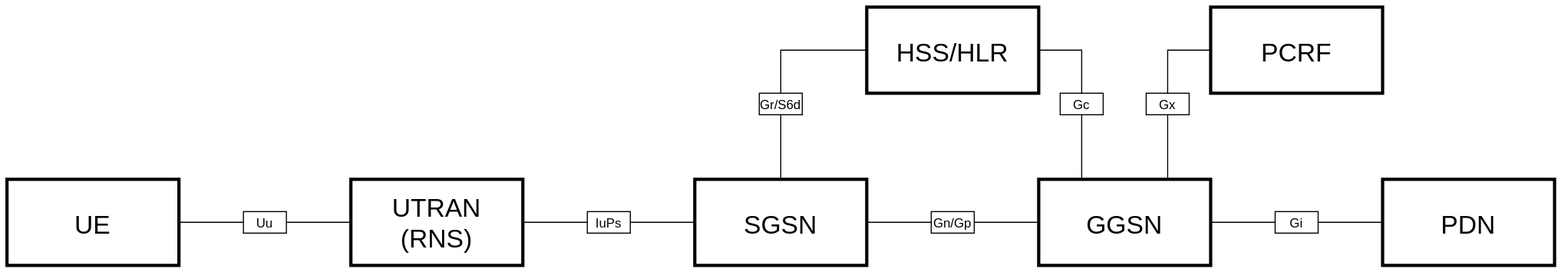
This is images/gprs-architecture.svg from amirsarebani81/core-network, a draw.io export, as it was before one commit. Source tidied: cells renumbered, new cells last; positions are measured from the earlier drawing's top-left corner, leaving out a move shared by most shapes.
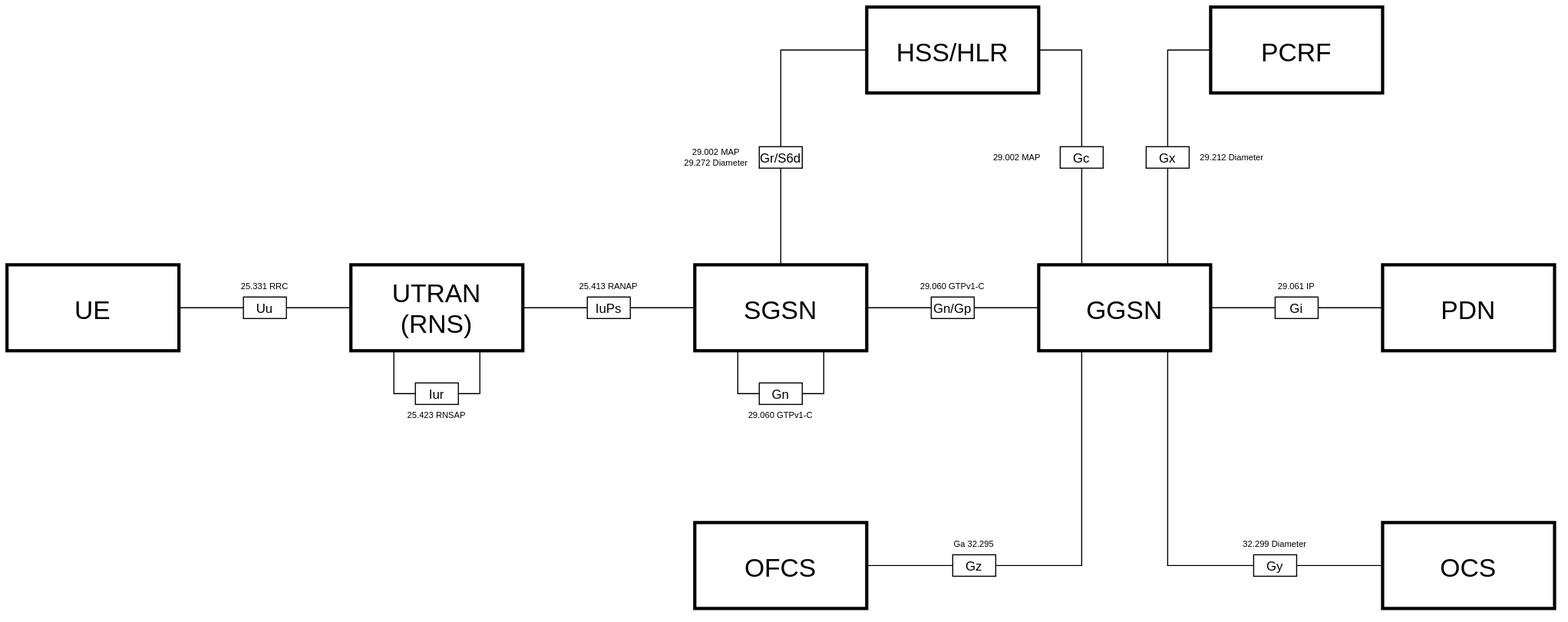
The same file after the commit.

Commit message:
Complete GPRS and EPC architecture figures

The edit, as a diff of the source:
```diff
@@ -4,5 +4,2 @@
     <mxCell id="1" parent="0" />
-    <mxCell id="2" style="edgeStyle=orthogonalEdgeStyle;rounded=0;jettySize=auto;html=1;exitX=1;exitY=0.5;exitDx=0;exitDy=0;entryX=0;entryY=0.5;entryDx=0;entryDy=0;endArrow=none;endFill=0;" parent="1" edge="1" source="3" target="15">
-      <mxGeometry relative="1" as="geometry" />
-    </mxCell>
     <mxCell id="3" value="UE" style="rounded=0;whiteSpace=wrap;html=1;fontFamily=Helvetica;fontSize=24;strokeWidth=3;convertToSvg=1;svgWhiteSpace=wrap;" parent="1" vertex="1">
@@ -10,5 +7,2 @@
     </mxCell>
-    <mxCell id="4" style="edgeStyle=orthogonalEdgeStyle;rounded=0;jettySize=auto;html=1;exitX=1;exitY=0.5;exitDx=0;exitDy=0;entryX=0;entryY=0.5;entryDx=0;entryDy=0;endArrow=none;endFill=0;" parent="1" edge="1" source="5" target="17">
-      <mxGeometry relative="1" as="geometry" />
-    </mxCell>
     <mxCell id="5" value="UTRAN&lt;br&gt;(RNS)" style="rounded=0;whiteSpace=wrap;html=1;fontFamily=Helvetica;fontSize=24;strokeWidth=3;convertToSvg=1;svgWhiteSpace=wrap;" parent="1" vertex="1">
@@ -16,8 +10,2 @@
     </mxCell>
-    <mxCell id="6" style="edgeStyle=orthogonalEdgeStyle;rounded=0;jettySize=auto;html=1;exitX=1;exitY=0.5;exitDx=0;exitDy=0;entryX=0;entryY=0.5;entryDx=0;entryDy=0;endArrow=none;endFill=0;" parent="1" edge="1" source="8" target="19">
-      <mxGeometry relative="1" as="geometry" />
-    </mxCell>
-    <mxCell id="7" style="edgeStyle=orthogonalEdgeStyle;rounded=0;jettySize=auto;html=1;exitX=0.5;exitY=0;exitDx=0;exitDy=0;entryX=0.5;entryY=1;entryDx=0;entryDy=0;endArrow=none;endFill=0;" parent="1" edge="1" source="8" target="24">
-      <mxGeometry relative="1" as="geometry" />
-    </mxCell>
     <mxCell id="8" value="SGSN" style="rounded=0;whiteSpace=wrap;html=1;fontFamily=Helvetica;fontSize=24;strokeWidth=3;convertToSvg=1;svgWhiteSpace=wrap;" parent="1" vertex="1">
@@ -25,15 +13,2 @@
     </mxCell>
-    <mxCell id="9" style="edgeStyle=orthogonalEdgeStyle;rounded=0;jettySize=auto;html=1;exitX=1;exitY=0.5;exitDx=0;exitDy=0;entryX=0;entryY=0.5;entryDx=0;entryDy=0;endArrow=none;endFill=0;" parent="1" edge="1" source="12" target="21">
-      <mxGeometry relative="1" as="geometry" />
-    </mxCell>
-    <mxCell id="10" style="edgeStyle=orthogonalEdgeStyle;rounded=0;jettySize=auto;html=1;exitX=0.25;exitY=0;exitDx=0;exitDy=0;entryX=0.5;entryY=1;entryDx=0;entryDy=0;endArrow=none;endFill=0;" parent="1" edge="1" source="12" target="26">
-      <mxGeometry relative="1" as="geometry">
-        <Array as="points">
-          <mxPoint x="1000" y="100" />
-        </Array>
-      </mxGeometry>
-    </mxCell>
-    <mxCell id="11" style="edgeStyle=orthogonalEdgeStyle;rounded=0;jettySize=auto;html=1;exitX=0.75;exitY=0;exitDx=0;exitDy=0;entryX=0.5;entryY=1;entryDx=0;entryDy=0;endArrow=none;endFill=0;" parent="1" edge="1" source="12" target="29">
-      <mxGeometry relative="1" as="geometry" />
-    </mxCell>
     <mxCell id="12" value="GGSN" style="rounded=0;whiteSpace=wrap;html=1;fontFamily=Helvetica;fontSize=24;strokeWidth=3;convertToSvg=1;svgWhiteSpace=wrap;" parent="1" vertex="1">
@@ -44,39 +19,131 @@
     </mxCell>
+    <mxCell id="22" value="HSS/HLR" style="rounded=0;whiteSpace=wrap;html=1;fontFamily=Helvetica;fontSize=24;strokeWidth=3;convertToSvg=1;svgWhiteSpace=wrap;" parent="1" vertex="1">
+      <mxGeometry x="800" y="-80" width="160" height="80" as="geometry" />
+    </mxCell>
+    <mxCell id="27" value="PCRF" style="rounded=0;whiteSpace=wrap;html=1;fontFamily=Helvetica;fontSize=24;strokeWidth=3;convertToSvg=1;svgWhiteSpace=wrap;" parent="1" vertex="1">
+      <mxGeometry x="1120" y="-80" width="160" height="80" as="geometry" />
+    </mxCell>
+    <mxCell id="30" value="OFCS" style="rounded=0;whiteSpace=wrap;html=1;fontFamily=Helvetica;fontSize=24;strokeWidth=3;convertToSvg=1;svgWhiteSpace=wrap;" parent="1" vertex="1">
+      <mxGeometry x="640" y="400" width="160" height="80" as="geometry" />
+    </mxCell>
+    <mxCell id="31" value="OCS" style="rounded=0;whiteSpace=wrap;html=1;fontFamily=Helvetica;fontSize=24;strokeWidth=3;convertToSvg=1;svgWhiteSpace=wrap;" parent="1" vertex="1">
+      <mxGeometry x="1280" y="400" width="160" height="80" as="geometry" />
+    </mxCell>
+    <mxCell id="15" value="Uu" style="rounded=0;whiteSpace=wrap;html=1;fontSize=12;strokeWidth=1;convertToSvg=1;svgWhiteSpace=wrap;" parent="1" vertex="1">
+      <mxGeometry x="220" y="190" width="40" height="20" as="geometry" />
+    </mxCell>
+    <mxCell id="32" value="25.331 RRC" style="text;html=1;whiteSpace=wrap;strokeColor=none;fillColor=none;align=center;verticalAlign=middle;rounded=0;fontSize=8;convertToSvg=1;svgWhiteSpace=wrap;" parent="1" vertex="1">
+      <mxGeometry x="200" y="170" width="80" height="20" as="geometry" />
+    </mxCell>
+    <mxCell id="2" style="edgeStyle=orthogonalEdgeStyle;rounded=0;jettySize=auto;html=1;exitX=1;exitY=0.5;exitDx=0;exitDy=0;entryX=0;entryY=0.5;entryDx=0;entryDy=0;endArrow=none;endFill=0;convertToSvg=1;" parent="1" edge="1" source="3" target="15">
+      <mxGeometry relative="1" as="geometry" />
+    </mxCell>
-    <mxCell id="14" style="edgeStyle=orthogonalEdgeStyle;rounded=0;jettySize=auto;html=1;exitX=1;exitY=0.5;exitDx=0;exitDy=0;entryX=0;entryY=0.5;entryDx=0;entryDy=0;endArrow=none;endFill=0;" parent="1" edge="1" source="15" target="5">
+    <mxCell id="14" style="edgeStyle=orthogonalEdgeStyle;rounded=0;jettySize=auto;html=1;exitX=1;exitY=0.5;exitDx=0;exitDy=0;entryX=0;entryY=0.5;entryDx=0;entryDy=0;endArrow=none;endFill=0;convertToSvg=1;" parent="1" edge="1" source="15" target="5">
       <mxGeometry relative="1" as="geometry" />
     </mxCell>
-    <mxCell id="15" value="Uu" style="rounded=0;whiteSpace=wrap;html=1;fontSize=12;strokeWidth=1;convertToSvg=1;svgWhiteSpace=wrap;" parent="1" vertex="1">
-      <mxGeometry x="220" y="190" width="40" height="20" as="geometry" />
-    </mxCell>
+    <mxCell id="17" value="IuPs" style="rounded=0;whiteSpace=wrap;html=1;fontSize=12;strokeWidth=1;convertToSvg=1;svgWhiteSpace=wrap;" parent="1" vertex="1">
+      <mxGeometry x="540" y="190" width="40" height="20" as="geometry" />
+    </mxCell>
+    <mxCell id="33" value="25.413 RANAP" style="text;html=1;whiteSpace=wrap;strokeColor=none;fillColor=none;align=center;verticalAlign=middle;rounded=0;fontSize=8;convertToSvg=1;svgWhiteSpace=wrap;" parent="1" vertex="1">
+      <mxGeometry x="520" y="170" width="80" height="20" as="geometry" />
+    </mxCell>
+    <mxCell id="4" style="edgeStyle=orthogonalEdgeStyle;rounded=0;jettySize=auto;html=1;exitX=1;exitY=0.5;exitDx=0;exitDy=0;entryX=0;entryY=0.5;entryDx=0;entryDy=0;endArrow=none;endFill=0;convertToSvg=1;" parent="1" edge="1" source="5" target="17">
+      <mxGeometry relative="1" as="geometry" />
+    </mxCell>
-    <mxCell id="16" style="edgeStyle=orthogonalEdgeStyle;rounded=0;jettySize=auto;html=1;exitX=1;exitY=0.5;exitDx=0;exitDy=0;entryX=0;entryY=0.5;entryDx=0;entryDy=0;endArrow=none;endFill=0;" parent="1" edge="1" source="17" target="8">
+    <mxCell id="16" style="edgeStyle=orthogonalEdgeStyle;rounded=0;jettySize=auto;html=1;exitX=1;exitY=0.5;exitDx=0;exitDy=0;entryX=0;entryY=0.5;entryDx=0;entryDy=0;endArrow=none;endFill=0;convertToSvg=1;" parent="1" edge="1" source="17" target="8">
       <mxGeometry relative="1" as="geometry" />
     </mxCell>
-    <mxCell id="17" value="IuPs" style="rounded=0;whiteSpace=wrap;html=1;fontSize=12;strokeWidth=1;convertToSvg=1;svgWhiteSpace=wrap;" parent="1" vertex="1">
-      <mxGeometry x="540" y="190" width="40" height="20" as="geometry" />
-    </mxCell>
+    <mxCell id="19" value="Gn/Gp" style="rounded=0;whiteSpace=wrap;html=1;fontSize=12;strokeWidth=1;convertToSvg=1;svgWhiteSpace=wrap;" parent="1" vertex="1">
+      <mxGeometry x="860" y="190" width="40" height="20" as="geometry" />
+    </mxCell>
+    <mxCell id="34" value="29.060 GTPv1-C" style="text;html=1;whiteSpace=wrap;strokeColor=none;fillColor=none;align=center;verticalAlign=middle;rounded=0;fontSize=8;convertToSvg=1;svgWhiteSpace=wrap;" parent="1" vertex="1">
+      <mxGeometry x="840" y="170" width="80" height="20" as="geometry" />
+    </mxCell>
+    <mxCell id="6" style="edgeStyle=orthogonalEdgeStyle;rounded=0;jettySize=auto;html=1;exitX=1;exitY=0.5;exitDx=0;exitDy=0;entryX=0;entryY=0.5;entryDx=0;entryDy=0;endArrow=none;endFill=0;convertToSvg=1;" parent="1" edge="1" source="8" target="19">
+      <mxGeometry relative="1" as="geometry" />
+    </mxCell>
-    <mxCell id="18" style="edgeStyle=orthogonalEdgeStyle;rounded=0;jettySize=auto;html=1;exitX=1;exitY=0.5;exitDx=0;exitDy=0;entryX=0;entryY=0.5;entryDx=0;entryDy=0;endArrow=none;endFill=0;" parent="1" edge="1" source="19" target="12">
+    <mxCell id="18" style="edgeStyle=orthogonalEdgeStyle;rounded=0;jettySize=auto;html=1;exitX=1;exitY=0.5;exitDx=0;exitDy=0;entryX=0;entryY=0.5;entryDx=0;entryDy=0;endArrow=none;endFill=0;convertToSvg=1;" parent="1" edge="1" source="19" target="12">
       <mxGeometry relative="1" as="geometry" />
     </mxCell>
-    <mxCell id="19" value="Gn/Gp" style="rounded=0;whiteSpace=wrap;html=1;fontSize=12;strokeWidth=1;convertToSvg=1;svgWhiteSpace=wrap;" parent="1" vertex="1">
-      <mxGeometry x="860" y="190" width="40" height="20" as="geometry" />
-    </mxCell>
+    <mxCell id="21" value="Gi" style="rounded=0;whiteSpace=wrap;html=1;fontSize=12;strokeWidth=1;convertToSvg=1;svgWhiteSpace=wrap;" parent="1" vertex="1">
+      <mxGeometry x="1180" y="190" width="40" height="20" as="geometry" />
+    </mxCell>
+    <mxCell id="35" value="29.061 IP" style="text;html=1;whiteSpace=wrap;strokeColor=none;fillColor=none;align=center;verticalAlign=middle;rounded=0;fontSize=8;convertToSvg=1;svgWhiteSpace=wrap;" parent="1" vertex="1">
+      <mxGeometry x="1160" y="170" width="80" height="20" as="geometry" />
+    </mxCell>
+    <mxCell id="9" style="edgeStyle=orthogonalEdgeStyle;rounded=0;jettySize=auto;html=1;exitX=1;exitY=0.5;exitDx=0;exitDy=0;entryX=0;entryY=0.5;entryDx=0;entryDy=0;endArrow=none;endFill=0;convertToSvg=1;" parent="1" edge="1" source="12" target="21">
+      <mxGeometry relative="1" as="geometry" />
+    </mxCell>
-    <mxCell id="20" style="edgeStyle=orthogonalEdgeStyle;rounded=0;jettySize=auto;html=1;exitX=1;exitY=0.5;exitDx=0;exitDy=0;entryX=0;entryY=0.5;entryDx=0;entryDy=0;endArrow=none;endFill=0;" parent="1" edge="1" source="21" target="13">
+    <mxCell id="20" style="edgeStyle=orthogonalEdgeStyle;rounded=0;jettySize=auto;html=1;exitX=1;exitY=0.5;exitDx=0;exitDy=0;entryX=0;entryY=0.5;entryDx=0;entryDy=0;endArrow=none;endFill=0;convertToSvg=1;" parent="1" edge="1" source="21" target="13">
       <mxGeometry relative="1" as="geometry" />
     </mxCell>
-    <mxCell id="21" value="Gi" style="rounded=0;whiteSpace=wrap;html=1;fontSize=12;strokeWidth=1;convertToSvg=1;svgWhiteSpace=wrap;" parent="1" vertex="1">
-      <mxGeometry x="1180" y="190" width="40" height="20" as="geometry" />
-    </mxCell>
-    <mxCell id="22" value="HSS/HLR" style="rounded=0;whiteSpace=wrap;html=1;fontFamily=Helvetica;fontSize=24;strokeWidth=3;convertToSvg=1;svgWhiteSpace=wrap;" parent="1" vertex="1">
-      <mxGeometry x="800" width="160" height="80" as="geometry" />
-    </mxCell>
+    <mxCell id="36" value="Iur" style="rounded=0;whiteSpace=wrap;html=1;fontSize=12;strokeWidth=1;convertToSvg=1;svgWhiteSpace=wrap;" parent="1" vertex="1">
+      <mxGeometry x="380" y="270" width="40" height="20" as="geometry" />
+    </mxCell>
+    <mxCell id="37" value="25.423 RNSAP" style="text;html=1;whiteSpace=wrap;strokeColor=none;fillColor=none;align=center;verticalAlign=middle;rounded=0;fontSize=8;convertToSvg=1;svgWhiteSpace=wrap;" parent="1" vertex="1">
+      <mxGeometry x="360" y="290" width="80" height="20" as="geometry" />
+    </mxCell>
+    <mxCell id="38" style="edgeStyle=orthogonalEdgeStyle;rounded=0;jettySize=auto;html=1;exitX=0.25;exitY=1;exitDx=0;exitDy=0;exitPerimeter=0;entryX=0;entryY=0.5;entryDx=0;entryDy=0;endArrow=none;endFill=0;convertToSvg=1;" parent="1" edge="1" source="5" target="36">
+      <mxGeometry relative="1" as="geometry">
+        <Array as="points">
+          <mxPoint x="360" y="280" />
+        </Array>
+      </mxGeometry>
+    </mxCell>
+    <mxCell id="39" style="edgeStyle=orthogonalEdgeStyle;rounded=0;jettySize=auto;html=1;exitX=1;exitY=0.5;exitDx=0;exitDy=0;entryX=0.75;entryY=1;entryDx=0;entryDy=0;entryPerimeter=0;endArrow=none;endFill=0;convertToSvg=1;" parent="1" edge="1" source="36" target="5">
+      <mxGeometry relative="1" as="geometry">
+        <Array as="points">
+          <mxPoint x="440" y="280" />
+        </Array>
+      </mxGeometry>
+    </mxCell>
+    <mxCell id="40" value="Gn" style="rounded=0;whiteSpace=wrap;html=1;fontSize=12;strokeWidth=1;convertToSvg=1;svgWhiteSpace=wrap;" parent="1" vertex="1">
+      <mxGeometry x="700" y="270" width="40" height="20" as="geometry" />
+    </mxCell>
+    <mxCell id="41" value="29.060 GTPv1-C" style="text;html=1;whiteSpace=wrap;strokeColor=none;fillColor=none;align=center;verticalAlign=middle;rounded=0;fontSize=8;convertToSvg=1;svgWhiteSpace=wrap;" parent="1" vertex="1">
+      <mxGeometry x="680" y="290" width="80" height="20" as="geometry" />
+    </mxCell>
+    <mxCell id="42" style="edgeStyle=orthogonalEdgeStyle;rounded=0;jettySize=auto;html=1;exitX=0.25;exitY=1;exitDx=0;exitDy=0;exitPerimeter=0;entryX=0;entryY=0.5;entryDx=0;entryDy=0;endArrow=none;endFill=0;convertToSvg=1;" parent="1" edge="1" source="8" target="40">
+      <mxGeometry relative="1" as="geometry">
+        <Array as="points">
+          <mxPoint x="680" y="280" />
+        </Array>
+      </mxGeometry>
+    </mxCell>
+    <mxCell id="43" style="edgeStyle=orthogonalEdgeStyle;rounded=0;jettySize=auto;html=1;exitX=1;exitY=0.5;exitDx=0;exitDy=0;entryX=0.75;entryY=1;entryDx=0;entryDy=0;entryPerimeter=0;endArrow=none;endFill=0;convertToSvg=1;" parent="1" edge="1" source="40" target="8">
+      <mxGeometry relative="1" as="geometry">
+        <Array as="points">
+          <mxPoint x="760" y="280" />
+        </Array>
+      </mxGeometry>
+    </mxCell>
+    <mxCell id="24" value="Gr/S6d" style="rounded=0;whiteSpace=wrap;html=1;fontSize=12;strokeWidth=1;convertToSvg=1;svgWhiteSpace=wrap;" parent="1" vertex="1">
+      <mxGeometry x="700" y="50" width="40" height="20" as="geometry" />
+    </mxCell>
+    <mxCell id="44" value="29.002 MAP&lt;br&gt;29.272 Diameter" style="text;html=1;whiteSpace=wrap;strokeColor=none;fillColor=none;align=center;verticalAlign=middle;rounded=0;fontSize=8;convertToSvg=1;svgWhiteSpace=wrap;" parent="1" vertex="1">
+      <mxGeometry x="620" y="50" width="80" height="20" as="geometry" />
+    </mxCell>
+    <mxCell id="7" style="edgeStyle=orthogonalEdgeStyle;rounded=0;jettySize=auto;html=1;exitX=0.5;exitY=0;exitDx=0;exitDy=0;entryX=0.5;entryY=1;entryDx=0;entryDy=0;endArrow=none;endFill=0;convertToSvg=1;" parent="1" edge="1" source="8" target="24">
+      <mxGeometry relative="1" as="geometry" />
+    </mxCell>
-    <mxCell id="23" style="edgeStyle=orthogonalEdgeStyle;rounded=0;jettySize=auto;html=1;exitX=0.5;exitY=0;exitDx=0;exitDy=0;entryX=0;entryY=0.5;entryDx=0;entryDy=0;endArrow=none;endFill=0;" parent="1" edge="1" source="24" target="22">
-      <mxGeometry relative="1" as="geometry" />
+    <mxCell id="23" style="edgeStyle=orthogonalEdgeStyle;rounded=0;jettySize=auto;html=1;exitX=0.5;exitY=0;exitDx=0;exitDy=0;entryX=0;entryY=0.5;entryDx=0;entryDy=0;endArrow=none;endFill=0;convertToSvg=1;" parent="1" edge="1" source="24" target="22">
+      <mxGeometry relative="1" as="geometry">
+        <Array as="points">
+          <mxPoint x="720" y="-40" />
+        </Array>
+      </mxGeometry>
     </mxCell>
-    <mxCell id="24" value="Gr/S6d" style="rounded=0;whiteSpace=wrap;html=1;fontSize=12;strokeWidth=1;convertToSvg=1;svgWhiteSpace=wrap;" parent="1" vertex="1">
-      <mxGeometry x="700" y="80" width="40" height="20" as="geometry" />
-    </mxCell>
+    <mxCell id="26" value="Gc" style="rounded=0;whiteSpace=wrap;html=1;fontSize=12;strokeWidth=1;convertToSvg=1;svgWhiteSpace=wrap;" parent="1" vertex="1">
+      <mxGeometry x="980" y="50" width="40" height="20" as="geometry" />
+    </mxCell>
+    <mxCell id="45" value="29.002 MAP" style="text;html=1;whiteSpace=wrap;strokeColor=none;fillColor=none;align=center;verticalAlign=middle;rounded=0;fontSize=8;convertToSvg=1;svgWhiteSpace=wrap;" parent="1" vertex="1">
+      <mxGeometry x="900" y="50" width="80" height="20" as="geometry" />
+    </mxCell>
+    <mxCell id="10" style="edgeStyle=orthogonalEdgeStyle;rounded=0;jettySize=auto;html=1;exitX=0.25;exitY=0;exitDx=0;exitDy=0;exitPerimeter=0;entryX=0.5;entryY=1;entryDx=0;entryDy=0;endArrow=none;endFill=0;convertToSvg=1;" parent="1" edge="1" source="12" target="26">
+      <mxGeometry relative="1" as="geometry" />
+    </mxCell>
-    <mxCell id="25" style="edgeStyle=orthogonalEdgeStyle;rounded=0;jettySize=auto;html=1;exitX=0.5;exitY=0;exitDx=0;exitDy=0;entryX=1;entryY=0.5;entryDx=0;entryDy=0;endArrow=none;endFill=0;" parent="1" edge="1" source="26" target="22">
+    <mxCell id="25" style="edgeStyle=orthogonalEdgeStyle;rounded=0;jettySize=auto;html=1;exitX=0.5;exitY=0;exitDx=0;exitDy=0;entryX=1;entryY=0.5;entryDx=0;entryDy=0;endArrow=none;endFill=0;convertToSvg=1;" parent="1" edge="1" source="26" target="22">
       <mxGeometry relative="1" as="geometry">
         <Array as="points">
-          <mxPoint x="1000" y="40" />
+          <mxPoint x="1000" y="-40" />
         </Array>
@@ -84,14 +151,50 @@
     </mxCell>
-    <mxCell id="26" value="Gc" style="rounded=0;whiteSpace=wrap;html=1;fontSize=12;strokeWidth=1;convertToSvg=1;svgWhiteSpace=wrap;" parent="1" vertex="1">
-      <mxGeometry x="980" y="80" width="40" height="20" as="geometry" />
-    </mxCell>
-    <mxCell id="27" value="PCRF" style="rounded=0;whiteSpace=wrap;html=1;fontFamily=Helvetica;fontSize=24;strokeWidth=3;convertToSvg=1;svgWhiteSpace=wrap;" parent="1" vertex="1">
-      <mxGeometry x="1120" width="160" height="80" as="geometry" />
-    </mxCell>
+    <mxCell id="29" value="Gx" style="rounded=0;whiteSpace=wrap;html=1;fontSize=12;strokeWidth=1;convertToSvg=1;svgWhiteSpace=wrap;" parent="1" vertex="1">
+      <mxGeometry x="1060" y="50" width="40" height="20" as="geometry" />
+    </mxCell>
+    <mxCell id="46" value="29.212 Diameter" style="text;html=1;whiteSpace=wrap;strokeColor=none;fillColor=none;align=center;verticalAlign=middle;rounded=0;fontSize=8;convertToSvg=1;svgWhiteSpace=wrap;" parent="1" vertex="1">
+      <mxGeometry x="1100" y="50" width="80" height="20" as="geometry" />
+    </mxCell>
+    <mxCell id="11" style="edgeStyle=orthogonalEdgeStyle;rounded=0;jettySize=auto;html=1;exitX=0.75;exitY=0;exitDx=0;exitDy=0;exitPerimeter=0;entryX=0.5;entryY=1;entryDx=0;entryDy=0;endArrow=none;endFill=0;convertToSvg=1;" parent="1" edge="1" source="12" target="29">
+      <mxGeometry relative="1" as="geometry" />
+    </mxCell>
-    <mxCell id="28" style="edgeStyle=orthogonalEdgeStyle;rounded=0;jettySize=auto;html=1;exitX=0.5;exitY=0;exitDx=0;exitDy=0;entryX=0;entryY=0.5;entryDx=0;entryDy=0;endArrow=none;endFill=0;" parent="1" edge="1" source="29" target="27">
-      <mxGeometry relative="1" as="geometry" />
+    <mxCell id="28" style="edgeStyle=orthogonalEdgeStyle;rounded=0;jettySize=auto;html=1;exitX=0.5;exitY=0;exitDx=0;exitDy=0;entryX=0;entryY=0.5;entryDx=0;entryDy=0;endArrow=none;endFill=0;convertToSvg=1;" parent="1" edge="1" source="29" target="27">
+      <mxGeometry relative="1" as="geometry">
+        <Array as="points">
+          <mxPoint x="1080" y="-40" />
+        </Array>
+      </mxGeometry>
     </mxCell>
-    <mxCell id="29" value="Gx" style="rounded=0;whiteSpace=wrap;html=1;fontSize=12;strokeWidth=1;convertToSvg=1;svgWhiteSpace=wrap;" parent="1" vertex="1">
-      <mxGeometry x="1060" y="80" width="40" height="20" as="geometry" />
-    </mxCell>
+    <mxCell id="47" value="Gz" style="rounded=0;whiteSpace=wrap;html=1;fontSize=12;strokeWidth=1;convertToSvg=1;svgWhiteSpace=wrap;" parent="1" vertex="1">
+      <mxGeometry x="880" y="430" width="40" height="20" as="geometry" />
+    </mxCell>
+    <mxCell id="48" value="Ga 32.295" style="text;html=1;whiteSpace=wrap;strokeColor=none;fillColor=none;align=center;verticalAlign=middle;rounded=0;fontSize=8;convertToSvg=1;svgWhiteSpace=wrap;" parent="1" vertex="1">
+      <mxGeometry x="840" y="410" width="120" height="20" as="geometry" />
+    </mxCell>
+    <mxCell id="49" style="edgeStyle=orthogonalEdgeStyle;rounded=0;jettySize=auto;html=1;exitX=0.25;exitY=1;exitDx=0;exitDy=0;exitPerimeter=0;entryX=1;entryY=0.5;entryDx=0;entryDy=0;endArrow=none;endFill=0;convertToSvg=1;" parent="1" edge="1" source="12" target="47">
+      <mxGeometry relative="1" as="geometry">
+        <Array as="points">
+          <mxPoint x="1000" y="440" />
+        </Array>
+      </mxGeometry>
+    </mxCell>
+    <mxCell id="50" style="edgeStyle=orthogonalEdgeStyle;rounded=0;jettySize=auto;html=1;exitX=0;exitY=0.5;exitDx=0;exitDy=0;entryX=1;entryY=0.5;entryDx=0;entryDy=0;endArrow=none;endFill=0;convertToSvg=1;" parent="1" edge="1" source="47" target="30">
+      <mxGeometry relative="1" as="geometry" />
+    </mxCell>
+    <mxCell id="51" value="Gy" style="rounded=0;whiteSpace=wrap;html=1;fontSize=12;strokeWidth=1;convertToSvg=1;svgWhiteSpace=wrap;" parent="1" vertex="1">
+      <mxGeometry x="1160" y="430" width="40" height="20" as="geometry" />
+    </mxCell>
+    <mxCell id="52" value="32.299 Diameter" style="text;html=1;whiteSpace=wrap;strokeColor=none;fillColor=none;align=center;verticalAlign=middle;rounded=0;fontSize=8;convertToSvg=1;svgWhiteSpace=wrap;" parent="1" vertex="1">
+      <mxGeometry x="1140" y="410" width="80" height="20" as="geometry" />
+    </mxCell>
+    <mxCell id="53" style="edgeStyle=orthogonalEdgeStyle;rounded=0;jettySize=auto;html=1;exitX=0.75;exitY=1;exitDx=0;exitDy=0;exitPerimeter=0;entryX=0;entryY=0.5;entryDx=0;entryDy=0;endArrow=none;endFill=0;convertToSvg=1;" parent="1" edge="1" source="12" target="51">
+      <mxGeometry relative="1" as="geometry">
+        <Array as="points">
+          <mxPoint x="1080" y="440" />
+        </Array>
+      </mxGeometry>
+    </mxCell>
+    <mxCell id="54" style="edgeStyle=orthogonalEdgeStyle;rounded=0;jettySize=auto;html=1;exitX=1;exitY=0.5;exitDx=0;exitDy=0;entryX=0;entryY=0.5;entryDx=0;entryDy=0;endArrow=none;endFill=0;convertToSvg=1;" parent="1" edge="1" source="51" target="31">
+      <mxGeometry relative="1" as="geometry" />
+    </mxCell>
   </root>
```
